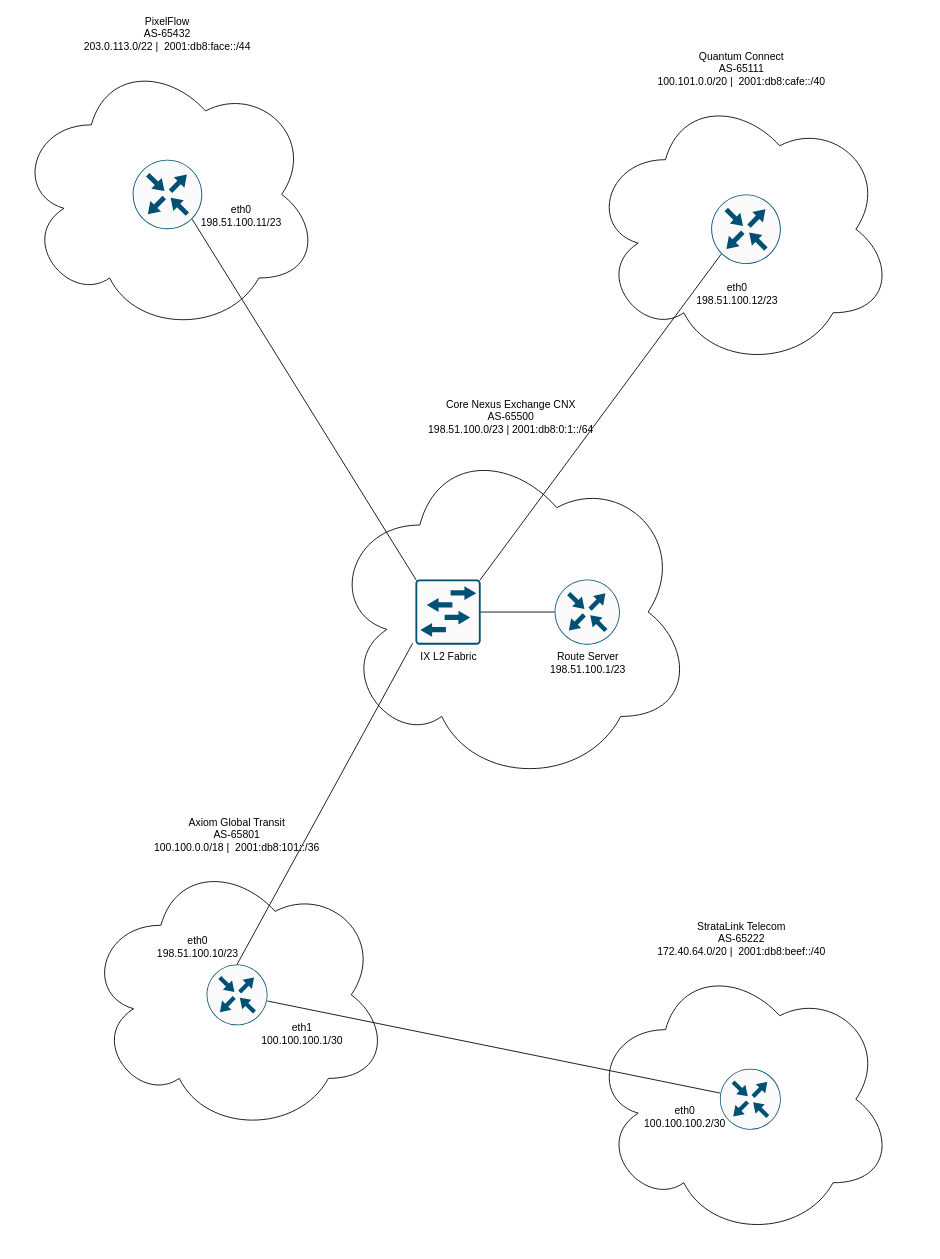
The draw.io diagram patchwork_internet_emulator.drawio in PatchworkHorse/InternetEmulator, before the edit. Source tidied: cells renumbered, new cells numbered last; positions are measured from the earlier drawing's top-left corner, leaving out a move shared by most shapes. Both pictures are drawn from the tidied source at 87%, with x=0, y=0 at pixel (15, 55).
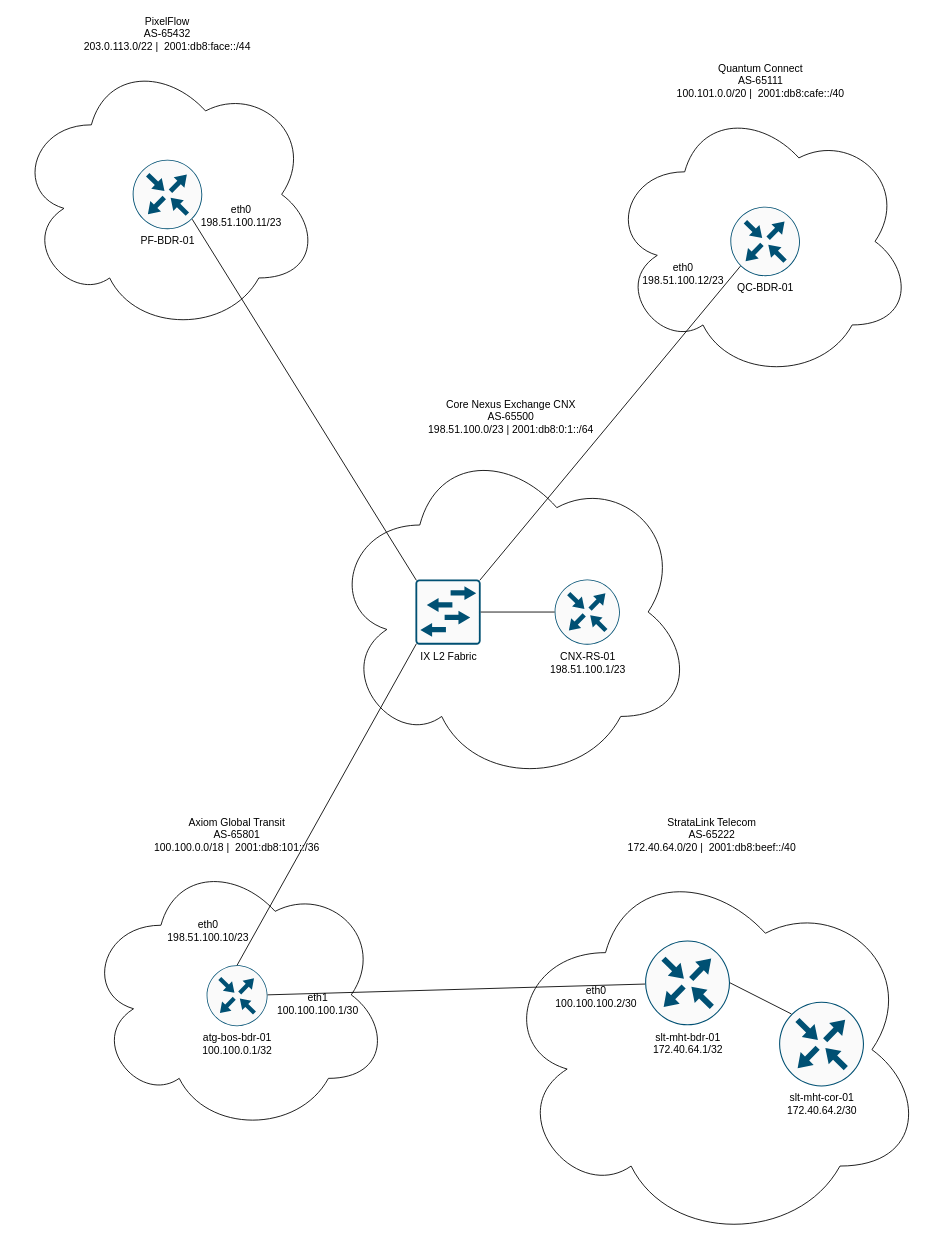
After the change.

The change refers to these unchanged cells:
```xml
<mxCell id="6" style="group;" parent="1" vertex="1">
  <mxGeometry x="360" y="440" width="420" height="400" as="geometry" />
</mxCell>
<mxCell id="9" value="IX L2 Fabric" style="sketch=0;points=[[0.015,0.015,0],[0.985,0.015,0],[0.985,0.985,0],[0.015,0.985,0],[0.25,0,0],[0.5,0,0],[0.75,0,0],[1,0.25,0],[1,0.5,0],[1,0.75,0],[0.75,1,0],[0.5,1,0],[0.25,1,0],[0,0.75,0],[0,0.5,0],[0,0.25,0]];verticalLabelPosition=bottom;html=1;verticalAlign=top;align=center;shape=mxgraph.cisco19.rect;prIcon=l2_switch;fillColor=#FAFAFA;strokeColor=#005073;" parent="6" vertex="1">
  <mxGeometry x="100" y="162.5" width="75" height="75" as="geometry" />
</mxCell>
<mxCell id="16" style="group;" parent="1" vertex="1">
  <mxGeometry x="80" y="920" width="350" height="320" as="geometry" />
</mxCell>
<mxCell id="24" style="group;" parent="23" vertex="1">
  <mxGeometry width="350" height="320" as="geometry" />
</mxCell>
```

Diff of the diagram source:
```diff
@@
     <mxCell id="2" style="group;" parent="1" vertex="1">
-      <mxGeometry x="660" y="40" width="350" height="320" as="geometry" />
+      <mxGeometry x="682" y="54" width="350" height="320" as="geometry" />
     </mxCell>
@@
-    <mxCell id="4" style="sketch=0;points=[[0.5,0,0],[1,0.5,0],[0.5,1,0],[0,0.5,0],[0.145,0.145,0],[0.8555,0.145,0],[0.855,0.8555,0],[0.145,0.855,0]];verticalLabelPosition=bottom;html=1;verticalAlign=top;align=center;shape=mxgraph.cisco19.rect;prIcon=router;fillColor=#FAFAFA;strokeColor=#005073;" parent="2" vertex="1">
+    <mxCell id="4" value="QC-BDR-01" style="sketch=0;points=[[0.5,0,0],[1,0.5,0],[0.5,1,0],[0,0.5,0],[0.145,0.145,0],[0.8555,0.145,0],[0.855,0.8555,0],[0.145,0.855,0]];verticalLabelPosition=bottom;html=1;verticalAlign=top;align=center;shape=mxgraph.cisco19.rect;prIcon=router;fillColor=#FAFAFA;strokeColor=#005073;" parent="2" vertex="1">
       <mxGeometry x="140" y="120" width="80" height="80" as="geometry" />
     </mxCell>
     <mxCell id="5" value="&lt;div&gt;eth0&lt;/div&gt;&lt;span style=&quot;text-wrap-mode: nowrap;&quot;&gt;198.51.100.12/23&lt;/span&gt;" style="text;strokeColor=none;align=center;fillColor=none;html=1;verticalAlign=middle;whiteSpace=wrap;rounded=0;" parent="2" vertex="1">
-      <mxGeometry x="140" y="220" width="60" height="30" as="geometry" />
+      <mxGeometry x="56" y="182" width="60" height="30" as="geometry" />
     </mxCell>
@@
-    <mxCell id="8" value="&lt;div&gt;Route Server&lt;/div&gt;198.51.100.1/23" style="sketch=0;points=[[0.5,0,0],[1,0.5,0],[0.5,1,0],[0,0.5,0],[0.145,0.145,0],[0.8555,0.145,0],[0.855,0.8555,0],[0.145,0.855,0]];verticalLabelPosition=bottom;html=1;verticalAlign=top;align=center;shape=mxgraph.cisco19.rect;prIcon=router;fillColor=#FAFAFA;strokeColor=#005073;" parent="6" vertex="1">
+    <mxCell id="8" value="&lt;div&gt;CNX-RS-01&lt;/div&gt;198.51.100.1/23" style="sketch=0;points=[[0.5,0,0],[1,0.5,0],[0.5,1,0],[0,0.5,0],[0.145,0.145,0],[0.8555,0.145,0],[0.855,0.8555,0],[0.145,0.855,0]];verticalLabelPosition=bottom;html=1;verticalAlign=top;align=center;shape=mxgraph.cisco19.rect;prIcon=router;fillColor=#FAFAFA;strokeColor=#005073;" parent="6" vertex="1">
       <mxGeometry x="260" y="162.5" width="75" height="75" as="geometry" />
     </mxCell>
@@
     <mxCell id="12" style="group;" parent="1" vertex="1">
-      <mxGeometry x="660" y="1040" width="350" height="320" as="geometry" />
+      <mxGeometry x="556" y="920" width="490" height="446" as="geometry" />
     </mxCell>
     <mxCell id="13" value="&lt;div&gt;StrataLink Telecom&lt;/div&gt;&lt;div&gt;AS-65222&lt;/div&gt;&lt;div&gt;172.40.64.0/20 |&amp;nbsp;&amp;nbsp;2001:db8:beef::/40&lt;/div&gt;" style="ellipse;shape=cloud;whiteSpace=wrap;html=1;horizontal=1;labelPosition=center;verticalLabelPosition=top;align=center;verticalAlign=bottom;" parent="12" vertex="1">
-      <mxGeometry width="350" height="320" as="geometry" />
+      <mxGeometry width="490" height="446" as="geometry" />
     </mxCell>
-    <mxCell id="14" style="sketch=0;points=[[0.5,0,0],[1,0.5,0],[0.5,1,0],[0,0.5,0],[0.145,0.145,0],[0.8555,0.145,0],[0.855,0.8555,0],[0.145,0.855,0]];verticalLabelPosition=bottom;html=1;verticalAlign=top;align=center;shape=mxgraph.cisco19.rect;prIcon=router;fillColor=#FAFAFA;strokeColor=#005073;" parent="12" vertex="1">
-      <mxGeometry x="150" y="125" width="70" height="70" as="geometry" />
+    <mxCell id="14" value="slt-mht-bdr-01&lt;div&gt;172.40.64.1/32&lt;/div&gt;" style="sketch=0;points=[[0.5,0,0],[1,0.5,0],[0.5,1,0],[0,0.5,0],[0.145,0.145,0],[0.8555,0.145,0],[0.855,0.8555,0],[0.145,0.855,0]];verticalLabelPosition=bottom;html=1;verticalAlign=top;align=center;shape=mxgraph.cisco19.rect;prIcon=router;fillColor=#FAFAFA;strokeColor=#005073;" parent="12" vertex="1">
+      <mxGeometry x="168" y="97.4" width="97.6" height="97.6" as="geometry" />
     </mxCell>
     <mxCell id="15" value="&lt;div&gt;eth0&lt;/div&gt;100.100.100.2/30" style="text;strokeColor=none;align=center;fillColor=none;html=1;verticalAlign=middle;whiteSpace=wrap;rounded=0;" parent="12" vertex="1">
-      <mxGeometry x="80" y="165" width="60" height="30" as="geometry" />
+      <mxGeometry x="70" y="142" width="84" height="41.8" as="geometry" />
     </mxCell>
+    <mxCell id="29" value="slt-mht-cor-01&lt;div&gt;172.40.64.2/30&lt;/div&gt;" style="sketch=0;points=[[0.5,0,0],[1,0.5,0],[0.5,1,0],[0,0.5,0],[0.145,0.145,0],[0.8555,0.145,0],[0.855,0.8555,0],[0.145,0.855,0]];verticalLabelPosition=bottom;html=1;verticalAlign=top;align=center;shape=mxgraph.cisco19.rect;prIcon=router;fillColor=#FAFAFA;strokeColor=#005073;" parent="12" vertex="1">
+      <mxGeometry x="322" y="167.8" width="97.6" height="97.6" as="geometry" />
+    </mxCell>
+    <mxCell id="30" style="endArrow=none;html=1;rounded=0;entryX=1;entryY=0.5;entryDx=0;entryDy=0;entryPerimeter=0;exitX=0.145;exitY=0.145;exitDx=0;exitDy=0;exitPerimeter=0;" parent="12" edge="1" source="29" target="14">
+      <mxGeometry relative="1" as="geometry" />
+    </mxCell>
@@
-    <mxCell id="18" style="sketch=0;points=[[0.5,0,0],[1,0.5,0],[0.5,1,0],[0,0.5,0],[0.145,0.145,0],[0.8555,0.145,0],[0.855,0.8555,0],[0.145,0.855,0]];verticalLabelPosition=bottom;html=1;verticalAlign=top;align=center;shape=mxgraph.cisco19.rect;prIcon=router;fillColor=#FAFAFA;strokeColor=#005073;" parent="16" vertex="1">
-      <mxGeometry x="140" y="125" width="70" height="70" as="geometry" />
+    <mxCell id="18" value="atg-bos-bdr-01&lt;div&gt;100.100.0.1/32&lt;/div&gt;" style="sketch=0;points=[[0.5,0,0],[1,0.5,0],[0.5,1,0],[0,0.5,0],[0.145,0.145,0],[0.8555,0.145,0],[0.855,0.8555,0],[0.145,0.855,0]];verticalLabelPosition=bottom;html=1;verticalAlign=top;align=center;shape=mxgraph.cisco19.rect;prIcon=router;fillColor=#FAFAFA;strokeColor=#005073;" parent="16" vertex="1">
+      <mxGeometry x="140" y="126" width="70" height="70" as="geometry" />
     </mxCell>
     <mxCell id="19" value="&lt;div&gt;eth0&lt;/div&gt;198.51.100.10/23" style="text;strokeColor=none;align=center;fillColor=none;html=1;verticalAlign=middle;whiteSpace=wrap;rounded=0;" parent="16" vertex="1">
-      <mxGeometry x="100" y="90" width="60" height="30" as="geometry" />
+      <mxGeometry x="112" y="72" width="60" height="30" as="geometry" />
     </mxCell>
     <mxCell id="20" value="&lt;div&gt;eth1&lt;/div&gt;100.100.100.1/30" style="text;strokeColor=none;align=center;fillColor=none;html=1;verticalAlign=middle;whiteSpace=wrap;rounded=0;" parent="16" vertex="1">
-      <mxGeometry x="220" y="190" width="60" height="30" as="geometry" />
+      <mxGeometry x="238" y="156" width="60" height="30" as="geometry" />
     </mxCell>
-    <mxCell id="21" style="endArrow=none;html=1;rounded=0;exitX=0.5;exitY=0;exitDx=0;exitDy=0;exitPerimeter=0;entryX=-0.042;entryY=0.977;entryDx=0;entryDy=0;entryPerimeter=0;" parent="1" edge="1" source="18" target="9">
+    <mxCell id="21" style="endArrow=none;html=1;rounded=0;exitX=0.5;exitY=0;exitDx=0;exitDy=0;exitPerimeter=0;entryX=0.015;entryY=0.985;entryDx=0;entryDy=0;entryPerimeter=0;" parent="1" edge="1" source="18" target="9">
       <mxGeometry relative="1" as="geometry" />
     </mxCell>
@@
-    <mxCell id="26" style="sketch=0;points=[[0.5,0,0],[1,0.5,0],[0.5,1,0],[0,0.5,0],[0.145,0.145,0],[0.8555,0.145,0],[0.855,0.8555,0],[0.145,0.855,0]];verticalLabelPosition=bottom;html=1;verticalAlign=top;align=center;shape=mxgraph.cisco19.rect;prIcon=router;fillColor=#FAFAFA;strokeColor=#005073;" parent="24" vertex="1">
+    <mxCell id="26" value="PF-BDR-01" style="sketch=0;points=[[0.5,0,0],[1,0.5,0],[0.5,1,0],[0,0.5,0],[0.145,0.145,0],[0.8555,0.145,0],[0.855,0.8555,0],[0.145,0.855,0]];verticalLabelPosition=bottom;html=1;verticalAlign=top;align=center;shape=mxgraph.cisco19.rect;prIcon=router;fillColor=#FAFAFA;strokeColor=#005073;" parent="24" vertex="1">
       <mxGeometry x="135" y="120" width="80" height="80" as="geometry" />
     </mxCell>
```
